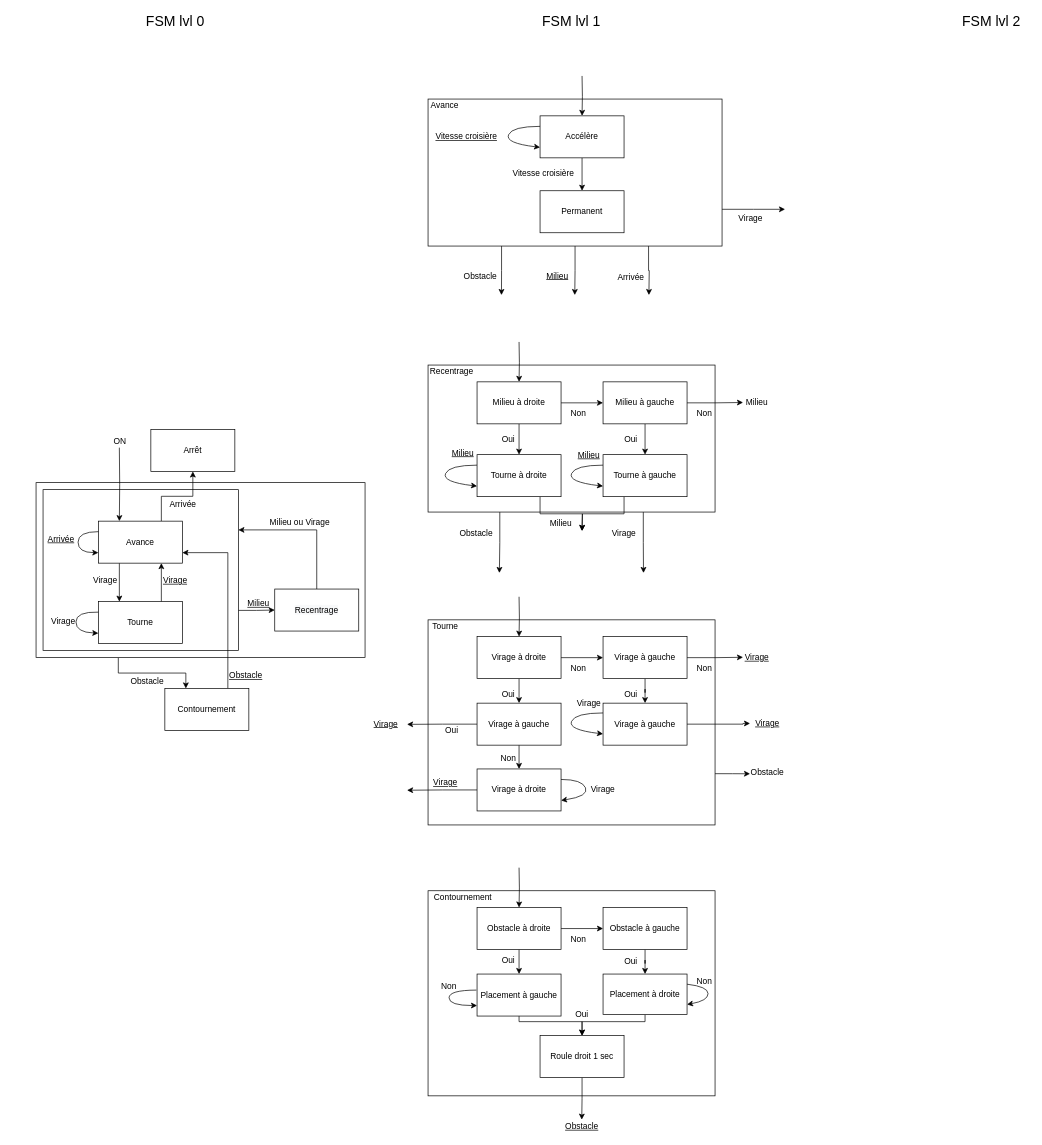
The draw.io diagram FSM_SC_HP.drawio in robotronik/NXPcup2021, before the edit. Source tidied: cells renumbered, new cells numbered last; positions are measured from the earlier drawing's top-left corner, leaving out a move shared by most shapes. Both pictures are drawn from the tidied source at 70%, with x=0, y=0 at pixel (12, 13).
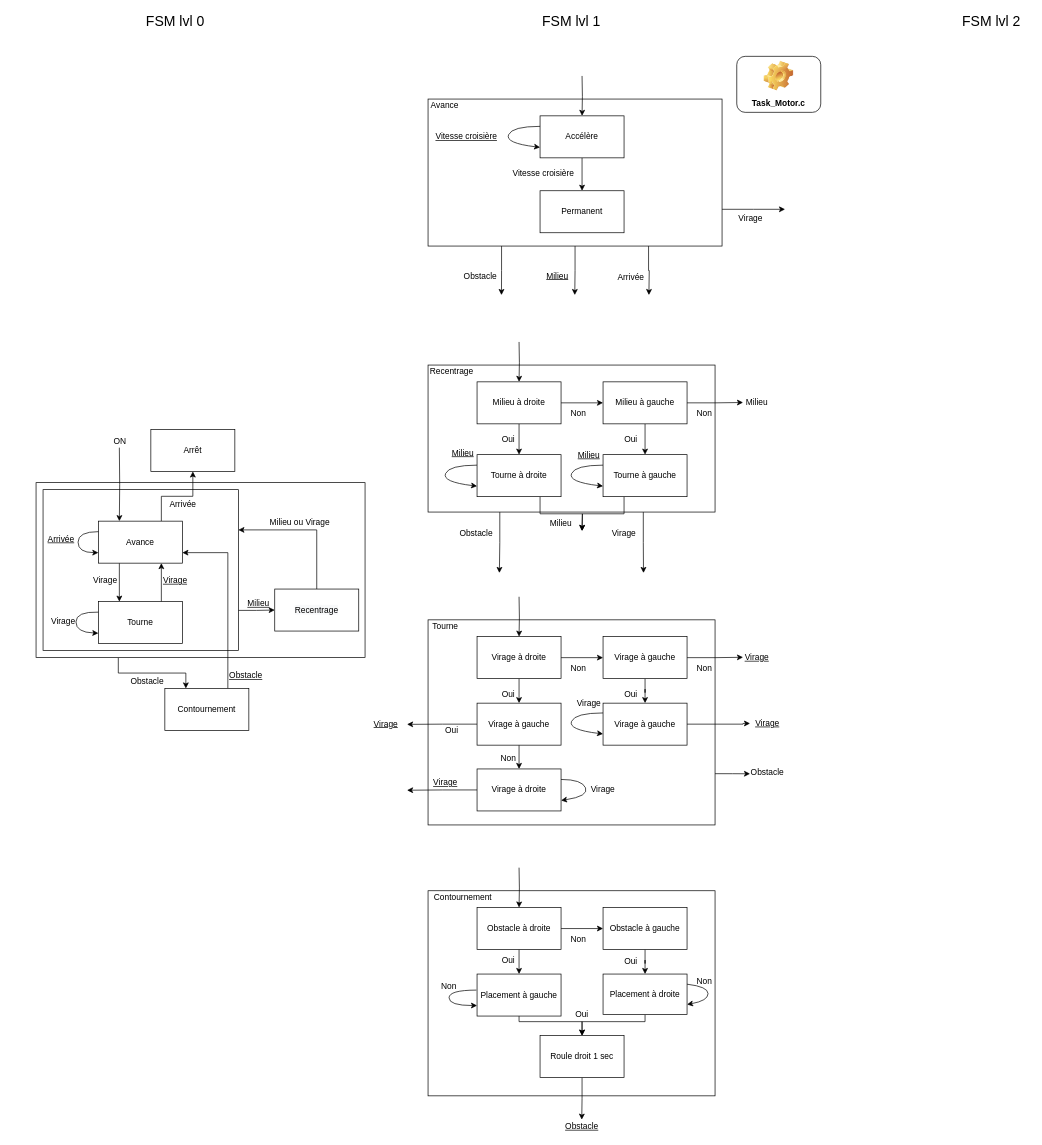
After the change.

Commit message:
Ajout d'un lien entre FSM et code

What changed in the source:
```diff
@@
+    <mxCell id="135" value="Task_Motor.c" style="label;whiteSpace=wrap;html=1;align=center;verticalAlign=bottom;spacingLeft=0;spacingBottom=4;imageAlign=center;imageVerticalAlign=top;image=img/clipart/Gear_128x128.png;" parent="1" vertex="1">
+      <mxGeometry x="1035" y="61" width="120" height="80" as="geometry" />
+    </mxCell>
```
